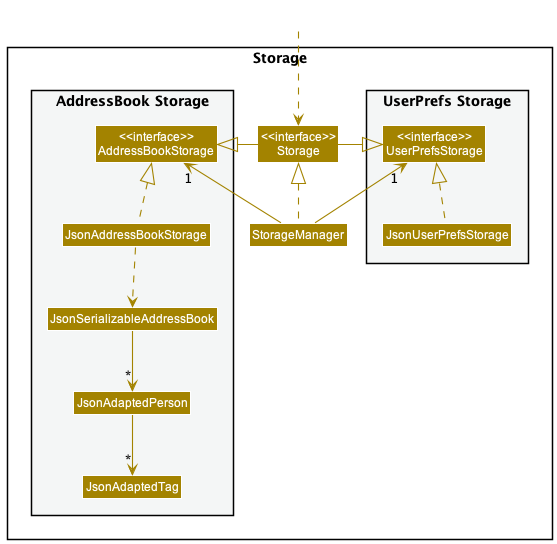
This is docs/images/StorageClassDiagram.png from nus-cs2103-AY2223S1/tp, a PlantUML export, as it was before one commit.
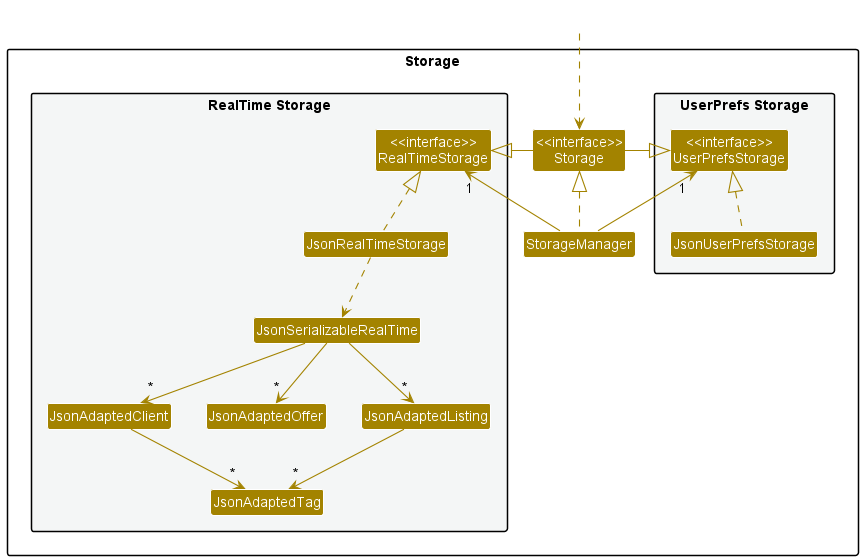
The same diagram one commit later.

The edit, as a diff of the source:
```diff
@@ -14,12 +14,14 @@
 Class "<<interface>>\nStorage" as Storage
 Class StorageManager
 
-package "AddressBook Storage" #F4F6F6{
-Class "<<interface>>\nAddressBookStorage" as AddressBookStorage
-Class JsonAddressBookStorage
-Class JsonSerializableAddressBook
-Class JsonAdaptedPerson
+package "RealTime Storage" #F4F6F6{
+Class "<<interface>>\nRealTimeStorage" as RealTimeStorage
+Class JsonRealTimeStorage
+Class JsonSerializableRealTime
+Class JsonAdaptedClient
 Class JsonAdaptedTag
+Class JsonAdaptedOffer
+Class JsonAdaptedListing
 }
 
 }
@@ -29,15 +31,18 @@
 
 StorageManager .up.|> Storage
 StorageManager -up-> "1" UserPrefsStorage
-StorageManager -up-> "1" AddressBookStorage
+StorageManager -up-> "1" RealTimeStorage
 
 Storage -left-|> UserPrefsStorage
-Storage -right-|> AddressBookStorage
+Storage -right-|> RealTimeStorage
 
 JsonUserPrefsStorage .up.|> UserPrefsStorage
-JsonAddressBookStorage .up.|> AddressBookStorage
-JsonAddressBookStorage ..> JsonSerializableAddressBook
-JsonSerializableAddressBook --> "*" JsonAdaptedPerson
-JsonAdaptedPerson --> "*" JsonAdaptedTag
+JsonRealTimeStorage .up.|> RealTimeStorage
+JsonRealTimeStorage ..> JsonSerializableRealTime
+JsonSerializableRealTime --> "*" JsonAdaptedClient
+JsonSerializableRealTime --> "*" JsonAdaptedOffer
+JsonSerializableRealTime --> "*" JsonAdaptedListing
+JsonAdaptedClient --> "*" JsonAdaptedTag
+JsonAdaptedListing --> "*" JsonAdaptedTag
 
 @enduml
```
